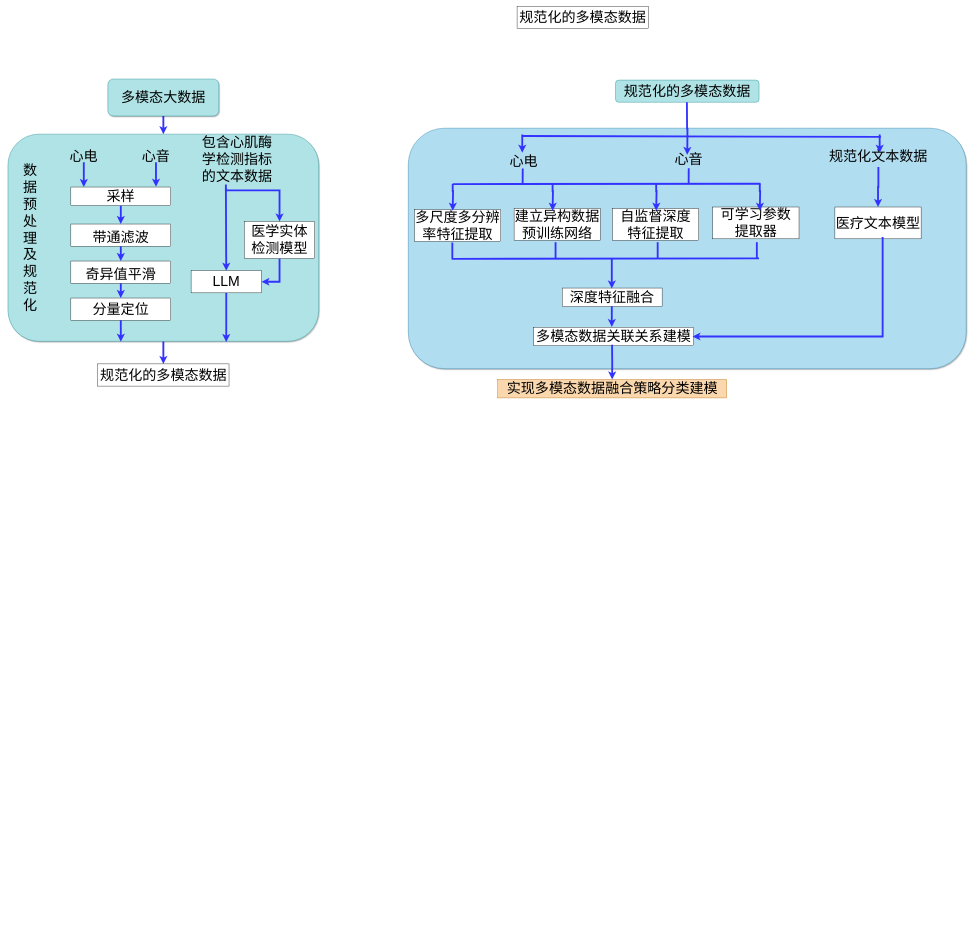
Above: 心梗前处理.drawio in lhwjsj/Diagram (draw.io), before the change. Source tidied: cells renumbered, new cells numbered last; positions are measured from the earlier drawing's top-left corner, leaving out a move shared by most shapes. Both pictures are drawn from the tidied source at 37%, with x=0, y=0 at pixel (8, 6).
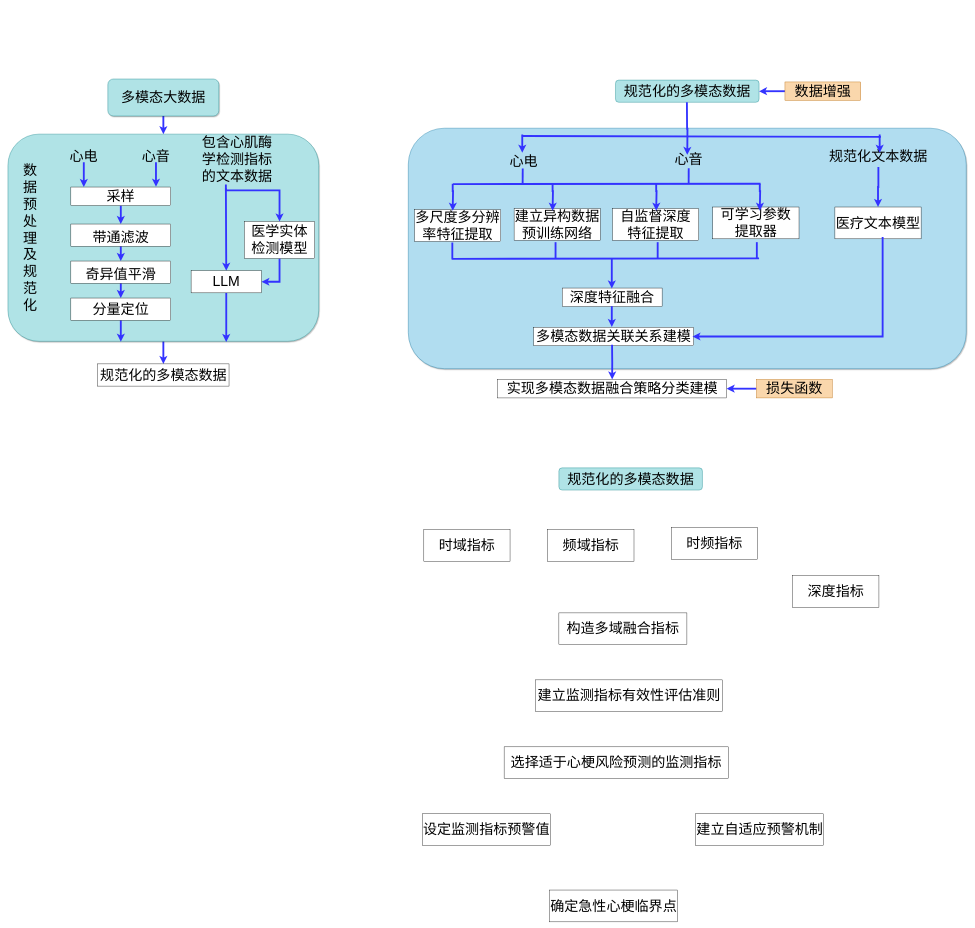
After the change.

Commit message:
更新心梗前处理.drawio

The change refers to these unchanged cells:
```xml
<mxCell id="29" value="&lt;span style=&quot;font-size: 38px;&quot;&gt;规范化的多模态数据&lt;/span&gt;" style="rounded=1;whiteSpace=wrap;html=1;fillColor=#b0e3e6;strokeColor=#0e8088;" parent="1" vertex="1">
  <mxGeometry x="1642" y="199" width="388" height="60" as="geometry" />
</mxCell>
```

Diff of the diagram source:
```diff
@@
-    <mxCell id="28" value="&lt;div&gt;&lt;font style=&quot;font-size: 38px;&quot;&gt;规范化的多模态数据&lt;/font&gt;&lt;/div&gt;" style="rounded=0;whiteSpace=wrap;html=1;" parent="1" vertex="1">
-      <mxGeometry x="1376" width="355" height="60" as="geometry" />
-    </mxCell>
@@
-    <mxCell id="60" value="&lt;span style=&quot;font-size: 38px;&quot;&gt;实现多模态数据融合策略分类建模&lt;/span&gt;" style="rounded=0;whiteSpace=wrap;html=1;fillColor=#fad7ac;strokeColor=#b46504;" parent="1" vertex="1">
+    <mxCell id="60" value="&lt;span style=&quot;font-size: 38px;&quot;&gt;实现多模态数据融合策略分类建模&lt;/span&gt;" style="rounded=0;whiteSpace=wrap;html=1;" parent="1" vertex="1">
       <mxGeometry x="1323.5" y="1008" width="619" height="50" as="geometry" />
     </mxCell>
@@
+    <mxCell id="62" style="edgeStyle=orthogonalEdgeStyle;rounded=0;jettySize=auto;html=1;entryX=1;entryY=0.5;entryDx=0;entryDy=0;strokeWidth=5;strokeColor=#3333FF;" parent="1" edge="1" source="63" target="29">
+      <mxGeometry relative="1" as="geometry" />
+    </mxCell>
+    <mxCell id="63" value="&lt;span style=&quot;font-size: 38px;&quot;&gt;数据增强&lt;/span&gt;" style="rounded=0;whiteSpace=wrap;html=1;fillColor=#fad7ac;strokeColor=#b46504;" parent="1" vertex="1">
+      <mxGeometry x="2100" y="204" width="205" height="50" as="geometry" />
+    </mxCell>
+    <mxCell id="64" style="edgeStyle=orthogonalEdgeStyle;rounded=0;jettySize=auto;html=1;entryX=1;entryY=0.5;entryDx=0;entryDy=0;strokeColor=#3333FF;strokeWidth=5;" parent="1" edge="1" source="65" target="60">
+      <mxGeometry relative="1" as="geometry" />
+    </mxCell>
+    <mxCell id="65" value="&lt;span style=&quot;font-size: 38px;&quot;&gt;损失函数&lt;/span&gt;" style="rounded=0;whiteSpace=wrap;html=1;fillColor=#fad7ac;strokeColor=#b46504;" parent="1" vertex="1">
+      <mxGeometry x="2023" y="1008" width="205" height="50" as="geometry" />
+    </mxCell>
+    <mxCell id="28" value="&lt;span style=&quot;font-size: 38px;&quot;&gt;规范化的多模态数据&lt;/span&gt;" style="rounded=1;whiteSpace=wrap;html=1;fillColor=#b0e3e6;strokeColor=#0e8088;" parent="1" vertex="1">
+      <mxGeometry x="1489" y="1247" width="388" height="60" as="geometry" />
+    </mxCell>
+    <mxCell id="66" value="&lt;font style=&quot;font-size: 38px;&quot;&gt;时域指标&lt;/font&gt;" style="rounded=0;whiteSpace=wrap;html=1;" parent="1" vertex="1">
+      <mxGeometry x="1124" y="1414" width="233" height="86" as="geometry" />
+    </mxCell>
+    <mxCell id="67" value="&lt;font style=&quot;font-size: 38px;&quot;&gt;频域指标&lt;/font&gt;" style="rounded=0;whiteSpace=wrap;html=1;" parent="1" vertex="1">
+      <mxGeometry x="1459" y="1414" width="233" height="86" as="geometry" />
+    </mxCell>
+    <mxCell id="68" value="&lt;font style=&quot;font-size: 38px;&quot;&gt;时频指标&lt;/font&gt;" style="rounded=0;whiteSpace=wrap;html=1;" parent="1" vertex="1">
+      <mxGeometry x="1793" y="1409" width="233" height="86" as="geometry" />
+    </mxCell>
+    <mxCell id="69" value="&lt;font style=&quot;font-size: 38px;&quot;&gt;深度指标&lt;/font&gt;" style="rounded=0;whiteSpace=wrap;html=1;" parent="1" vertex="1">
+      <mxGeometry x="2121" y="1538" width="233" height="86" as="geometry" />
+    </mxCell>
+    <mxCell id="70" value="&lt;font style=&quot;font-size: 38px;&quot;&gt;构造多域融合指标&lt;/font&gt;" style="rounded=0;whiteSpace=wrap;html=1;" parent="1" vertex="1">
+      <mxGeometry x="1489" y="1639" width="346" height="86" as="geometry" />
+    </mxCell>
+    <mxCell id="71" value="&lt;font style=&quot;font-size: 38px;&quot;&gt;建立监测指标有效性评估准则&lt;/font&gt;" style="rounded=0;whiteSpace=wrap;html=1;" parent="1" vertex="1">
+      <mxGeometry x="1426" y="1820" width="506" height="86" as="geometry" />
+    </mxCell>
+    <mxCell id="72" value="&lt;font style=&quot;font-size: 38px;&quot;&gt;选择适于心梗风险预测的监测指标&lt;/font&gt;" style="rounded=0;whiteSpace=wrap;html=1;" parent="1" vertex="1">
+      <mxGeometry x="1341" y="2001" width="606" height="86" as="geometry" />
+    </mxCell>
+    <mxCell id="73" value="&lt;font style=&quot;font-size: 38px;&quot;&gt;设定监测指标预警值&lt;/font&gt;" style="rounded=0;whiteSpace=wrap;html=1;" parent="1" vertex="1">
+      <mxGeometry x="1120" y="2182" width="346" height="86" as="geometry" />
+    </mxCell>
+    <mxCell id="74" value="&lt;font style=&quot;font-size: 38px;&quot;&gt;建立自适应预警机制&lt;/font&gt;" style="rounded=0;whiteSpace=wrap;html=1;" parent="1" vertex="1">
+      <mxGeometry x="1859" y="2182" width="346" height="86" as="geometry" />
+    </mxCell>
+    <mxCell id="75" value="&lt;font style=&quot;font-size: 38px;&quot;&gt;确定急性心梗临界点&lt;/font&gt;" style="rounded=0;whiteSpace=wrap;html=1;" parent="1" vertex="1">
+      <mxGeometry x="1464" y="2388" width="346" height="86" as="geometry" />
+    </mxCell>
```
